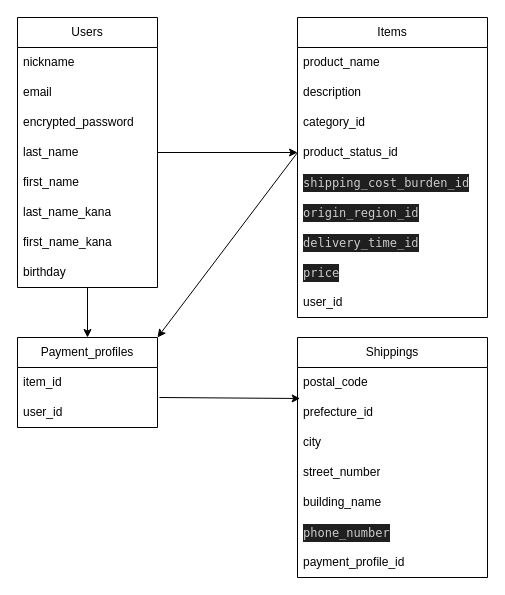
The draw.io diagram test.drawio.dio in sekihono/furima-39817, before the edit. Source tidied: cells renumbered, new cells numbered last; positions are measured from the earlier drawing's top-left corner, leaving out a move shared by most shapes. Both pictures are drawn from the tidied source at 100%, with x=0, y=0 at pixel (17, 17).
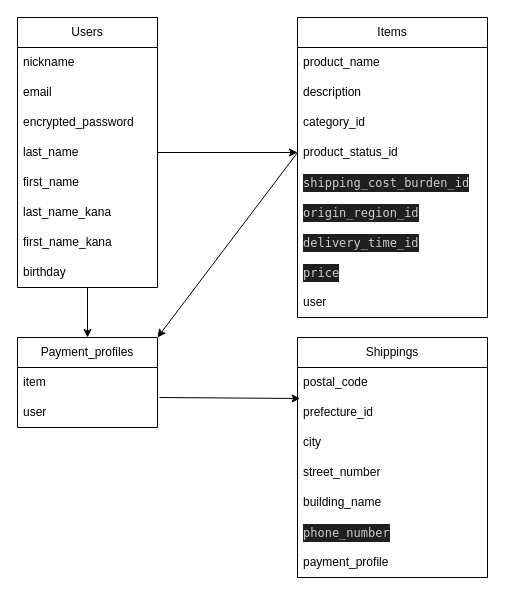
Above is the later version.

Commit message (it also covers changes not shown here):
データベース設計再修正２

The change refers to these unchanged cells:
```xml
<mxCell id="12" value="Items" style="swimlane;fontStyle=0;horizontal=1;startSize=30;whiteSpace=wrap;html=1;" parent="1" vertex="1">
  <mxGeometry x="280" width="190" height="300" as="geometry" />
</mxCell>
<mxCell id="23" value="Payment_profiles" style="swimlane;fontStyle=0;horizontal=1;startSize=30;whiteSpace=wrap;html=1;" parent="1" vertex="1">
  <mxGeometry y="320" width="140" height="90" as="geometry" />
</mxCell>
<mxCell id="26" value="Shippings" style="swimlane;fontStyle=0;horizontal=1;startSize=30;whiteSpace=wrap;html=1;" parent="1" vertex="1">
  <mxGeometry x="280" y="320" width="190" height="240" as="geometry" />
</mxCell>
```

What changed in the source:
```diff
@@
-    <mxCell id="21" value="user_id" style="text;strokeColor=none;fillColor=none;align=left;verticalAlign=middle;spacingLeft=4;spacingRight=4;overflow=hidden;whiteSpace=wrap;html=1;" parent="12" vertex="1">
+    <mxCell id="21" value="user" style="text;strokeColor=none;fillColor=none;align=left;verticalAlign=middle;spacingLeft=4;spacingRight=4;overflow=hidden;whiteSpace=wrap;html=1;" parent="12" vertex="1">
       <mxGeometry y="270" width="190" height="30" as="geometry" />
     </mxCell>
@@
-    <mxCell id="24" value="item_id" style="text;strokeColor=none;fillColor=none;align=left;verticalAlign=middle;spacingLeft=4;spacingRight=4;overflow=hidden;whiteSpace=wrap;html=1;" parent="23" vertex="1">
+    <mxCell id="24" value="item" style="text;strokeColor=none;fillColor=none;align=left;verticalAlign=middle;spacingLeft=4;spacingRight=4;overflow=hidden;whiteSpace=wrap;html=1;" parent="23" vertex="1">
       <mxGeometry y="30" width="140" height="30" as="geometry" />
     </mxCell>
-    <mxCell id="25" value="user_id" style="text;strokeColor=none;fillColor=none;align=left;verticalAlign=middle;spacingLeft=4;spacingRight=4;overflow=hidden;points=[[0,0.5],[1,0.5]];portConstraint=eastwest;whiteSpace=wrap;html=1;" parent="23" vertex="1">
+    <mxCell id="25" value="user" style="text;strokeColor=none;fillColor=none;align=left;verticalAlign=middle;spacingLeft=4;spacingRight=4;overflow=hidden;points=[[0,0.5],[1,0.5]];portConstraint=eastwest;whiteSpace=wrap;html=1;" parent="23" vertex="1">
       <mxGeometry y="60" width="140" height="30" as="geometry" />
     </mxCell>
@@
-    <mxCell id="33" value="payment_profile_id" style="text;strokeColor=none;fillColor=none;align=left;verticalAlign=middle;spacingLeft=4;spacingRight=4;overflow=hidden;whiteSpace=wrap;html=1;" parent="26" vertex="1">
+    <mxCell id="33" value="payment_profile" style="text;strokeColor=none;fillColor=none;align=left;verticalAlign=middle;spacingLeft=4;spacingRight=4;overflow=hidden;whiteSpace=wrap;html=1;" parent="26" vertex="1">
       <mxGeometry y="210" width="190" height="30" as="geometry" />
     </mxCell>
```
